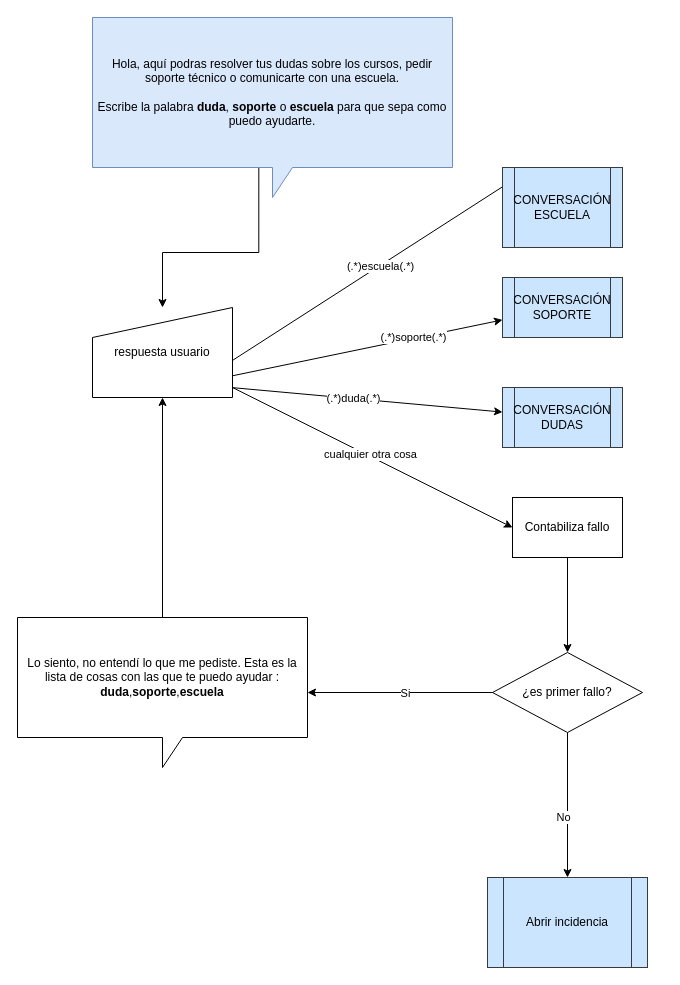
This is page "Página-1" (1 of 2) of chatbotTE.drawio from carlosromero/chatbotworkflowte, a draw.io file, before an edit. Source tidied: cells renumbered, new cells numbered last; positions are measured from the earlier drawing's top-left corner, leaving out a move shared by most shapes. Both pictures are drawn from the tidied source at 100%, with x=0, y=0 at pixel (17, 17).
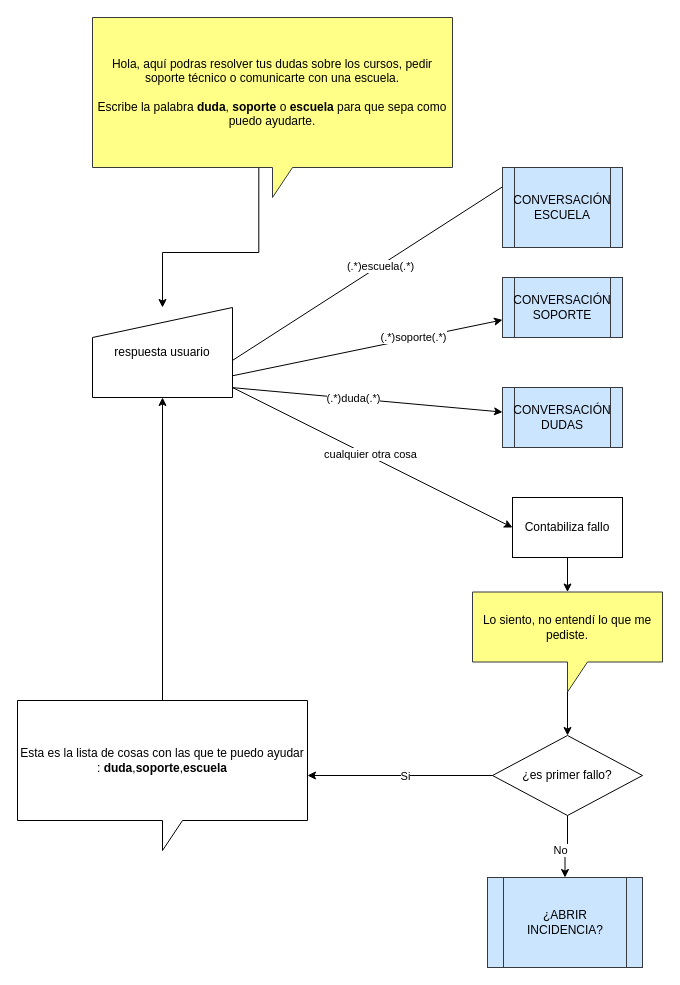
After the change.

Unchanged cells that the change refers to:
```xml
<mxCell id="25" value="&lt;div&gt;Contabiliza fallo&lt;/div&gt;" style="rounded=0;whiteSpace=wrap;html=1;" parent="1" vertex="1">
  <mxGeometry x="495" y="480" width="110" height="60" as="geometry" />
</mxCell>
```

The edit, as a diff of the source:
```diff
@@
-    <mxCell id="3" value="Hola, aquí podras resolver tus dudas sobre los cursos, pedir soporte técnico o comunicarte con una escuela.&lt;br&gt;&lt;br&gt;Escribe la palabra &lt;b&gt;duda&lt;/b&gt;, &lt;b&gt;soporte&lt;/b&gt; o &lt;b&gt;escuela&lt;/b&gt; para que sepa como puedo ayudarte." style="shape=callout;whiteSpace=wrap;html=1;perimeter=calloutPerimeter;fillColor=#dae8fc;strokeColor=#6c8ebf;" parent="1" vertex="1">
+    <mxCell id="3" value="Hola, aquí podras resolver tus dudas sobre los cursos, pedir soporte técnico o comunicarte con una escuela.&lt;br&gt;&lt;br&gt;Escribe la palabra &lt;b&gt;duda&lt;/b&gt;, &lt;b&gt;soporte&lt;/b&gt; o &lt;b&gt;escuela&lt;/b&gt; para que sepa como puedo ayudarte." style="shape=callout;whiteSpace=wrap;html=1;perimeter=calloutPerimeter;fillColor=#ffff88;strokeColor=#36393d;" parent="1" vertex="1">
       <mxGeometry x="75" width="360" height="180" as="geometry" />
     </mxCell>
@@
-    <mxCell id="9" value="Lo siento, no entendí lo que me pediste. Esta es la lista de cosas con las que te puedo ayudar : &lt;b&gt;duda&lt;/b&gt;,&lt;b&gt;soporte&lt;/b&gt;,&lt;b&gt;escuela&lt;/b&gt;" style="shape=callout;whiteSpace=wrap;html=1;perimeter=calloutPerimeter;" parent="1" vertex="1">
-      <mxGeometry y="600" width="290" height="150" as="geometry" />
+    <mxCell id="9" value="Esta es la lista de cosas con las que te puedo ayudar : &lt;b&gt;duda&lt;/b&gt;,&lt;b&gt;soporte&lt;/b&gt;,&lt;b&gt;escuela&lt;/b&gt;" style="shape=callout;whiteSpace=wrap;html=1;perimeter=calloutPerimeter;" parent="1" vertex="1">
+      <mxGeometry y="683" width="290" height="150" as="geometry" />
     </mxCell>
@@
-    <mxCell id="14" style="edgeStyle=orthogonalEdgeStyle;rounded=0;jettySize=auto;html=1;" parent="1" edge="1" source="25" target="19">
-      <mxGeometry relative="1" as="geometry" />
-    </mxCell>
@@
     <mxCell id="19" value="¿es primer fallo?" style="rhombus;whiteSpace=wrap;html=1;" parent="1" vertex="1">
-      <mxGeometry x="475" y="635" width="150" height="80" as="geometry" />
+      <mxGeometry x="475" y="718" width="150" height="80" as="geometry" />
     </mxCell>
-    <mxCell id="20" value="&lt;div&gt;Abrir incidencia&lt;/div&gt;" style="shape=process;whiteSpace=wrap;html=1;backgroundOutline=1;fillColor=#cce5ff;strokeColor=#36393d;" parent="1" vertex="1">
-      <mxGeometry x="470" y="860" width="160" height="90" as="geometry" />
+    <mxCell id="20" value="¿ABRIR INCIDENCIA?" style="shape=process;whiteSpace=wrap;html=1;backgroundOutline=1;fillColor=#cce5ff;strokeColor=#36393d;" parent="1" vertex="1">
+      <mxGeometry x="470" y="860" width="155" height="90" as="geometry" />
     </mxCell>
@@
+    <mxCell id="26" style="edgeStyle=orthogonalEdgeStyle;rounded=0;jettySize=auto;html=1;" parent="1" edge="1" source="25" target="28">
+      <mxGeometry relative="1" as="geometry" />
+    </mxCell>
@@
+    <mxCell id="27" style="edgeStyle=orthogonalEdgeStyle;rounded=0;jettySize=auto;html=1;" parent="1" edge="1" source="28" target="19">
+      <mxGeometry relative="1" as="geometry" />
+    </mxCell>
+    <mxCell id="28" value="Lo siento, no entendí lo que me pediste." style="shape=callout;whiteSpace=wrap;html=1;perimeter=calloutPerimeter;fillColor=#ffff88;strokeColor=#36393d;" parent="1" vertex="1">
+      <mxGeometry x="455" y="574.5" width="190" height="100" as="geometry" />
+    </mxCell>
```
